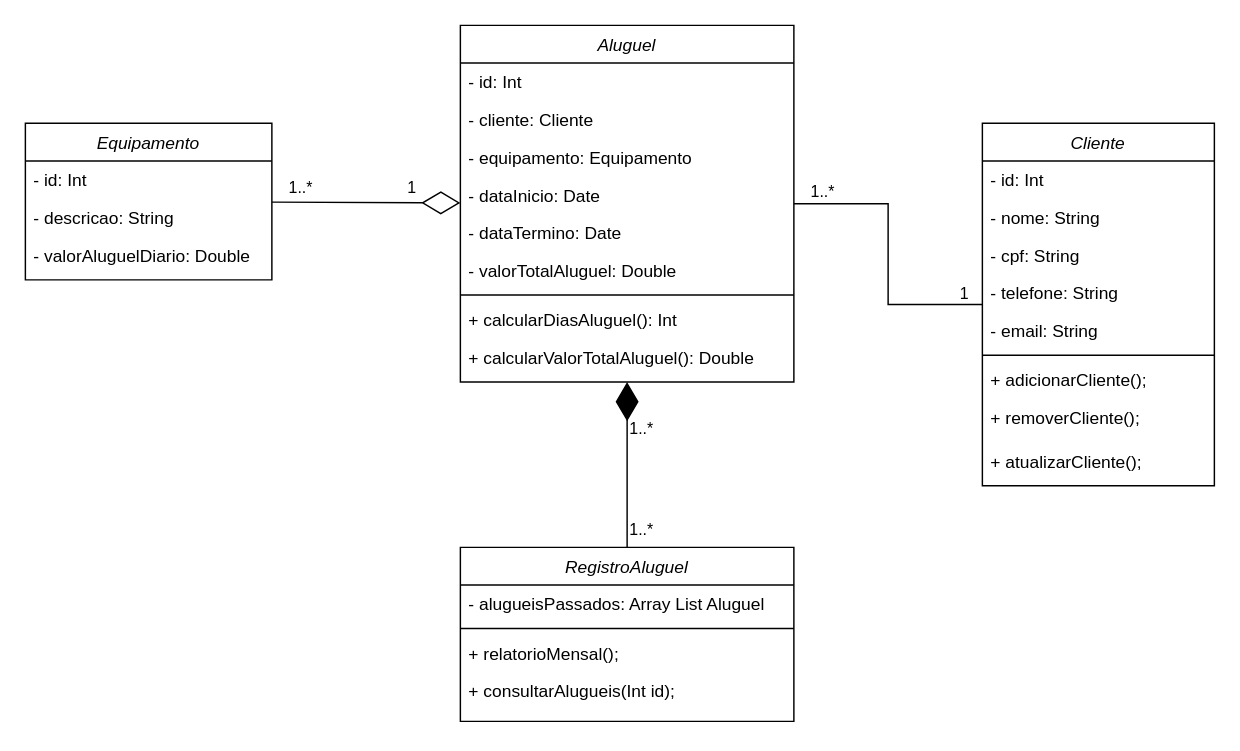
Earlier version of the draw.io diagram lab-prog-modular-projeto-1.drawio (daviferreiradev/diagrama-de-classes). Source tidied: cells renumbered, new cells numbered last; positions are measured from the earlier drawing's top-left corner, leaving out a move shared by most shapes. Both pictures are drawn from the tidied source at 145%, with x=0, y=0 at pixel (25, 25).
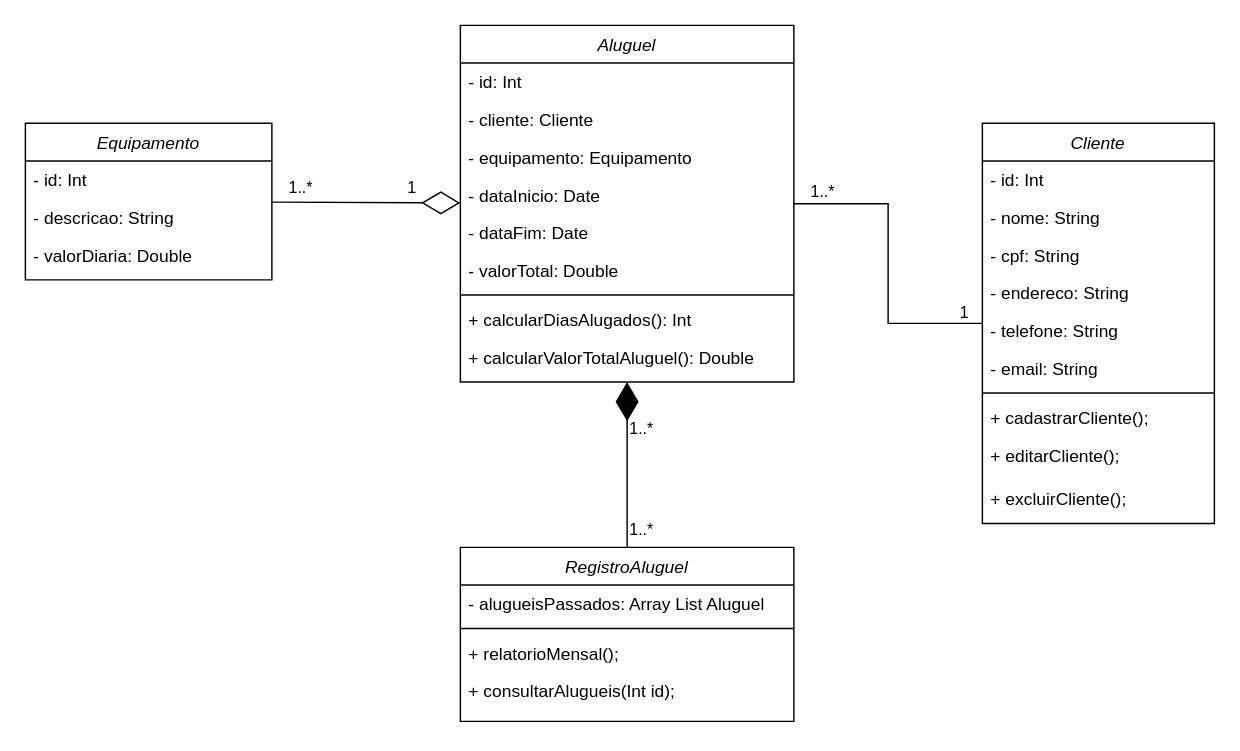
Above is the later version.

The change refers to these unchanged cells:
```xml
<mxCell id="2" value="Equipamento" style="swimlane;fontStyle=2;align=center;verticalAlign=top;horizontal=1;startSize=26;rounded=0;shadow=0;strokeWidth=1;" parent="1" vertex="1">
  <mxGeometry y="67.5" width="170" height="108" as="geometry" />
</mxCell>
<mxCell id="16" value="Aluguel" style="swimlane;fontStyle=2;align=center;verticalAlign=top;horizontal=1;startSize=26;rounded=0;shadow=0;strokeWidth=1;" parent="1" vertex="1">
  <mxGeometry x="300" width="230" height="246" as="geometry" />
</mxCell>
```

What changed in the source:
```diff
@@
-    <mxCell id="5" value="- valorAluguelDiario: Double" style="text;align=left;verticalAlign=top;spacingLeft=4;spacingRight=4;overflow=hidden;rounded=0;shadow=0;html=0;" parent="2" vertex="1">
+    <mxCell id="5" value="- valorDiaria: Double" style="text;align=left;verticalAlign=top;spacingLeft=4;spacingRight=4;overflow=hidden;rounded=0;shadow=0;html=0;" parent="2" vertex="1">
       <mxGeometry y="78" width="170" height="26" as="geometry" />
     </mxCell>
     <mxCell id="6" value="Cliente" style="swimlane;fontStyle=2;align=center;verticalAlign=top;horizontal=1;startSize=26;rounded=0;shadow=0;strokeWidth=1;" parent="1" vertex="1">
-      <mxGeometry x="660" y="67.5" width="160" height="250" as="geometry" />
+      <mxGeometry x="660" y="67.5" width="160" height="276" as="geometry" />
     </mxCell>
@@
+    <mxCell id="40" value="- endereco: String" style="text;align=left;verticalAlign=top;spacingLeft=4;spacingRight=4;overflow=hidden;rounded=0;shadow=0;html=0;" parent="6" vertex="1">
+      <mxGeometry y="104" width="160" height="26" as="geometry" />
+    </mxCell>
     <mxCell id="10" value="- telefone: String" style="text;align=left;verticalAlign=top;spacingLeft=4;spacingRight=4;overflow=hidden;rounded=0;shadow=0;html=0;" parent="6" vertex="1">
-      <mxGeometry y="104" width="160" height="26" as="geometry" />
+      <mxGeometry y="130" width="160" height="26" as="geometry" />
     </mxCell>
     <mxCell id="11" value="- email: String" style="text;align=left;verticalAlign=top;spacingLeft=4;spacingRight=4;overflow=hidden;rounded=0;shadow=0;html=0;" parent="6" vertex="1">
-      <mxGeometry y="130" width="160" height="26" as="geometry" />
+      <mxGeometry y="156" width="160" height="26" as="geometry" />
     </mxCell>
     <mxCell id="12" style="line;html=1;strokeWidth=1;align=left;verticalAlign=middle;spacingTop=-1;spacingLeft=3;spacingRight=3;labelPosition=right;" parent="6" vertex="1">
-      <mxGeometry y="156" width="160" height="8" as="geometry" />
+      <mxGeometry y="182" width="160" height="8" as="geometry" />
     </mxCell>
-    <mxCell id="13" value="+ adicionarCliente();" style="text;align=left;verticalAlign=top;spacingLeft=4;spacingRight=4;overflow=hidden;rounded=0;shadow=0;html=0;" parent="6" vertex="1">
-      <mxGeometry y="164" width="160" height="26" as="geometry" />
+    <mxCell id="13" value="+ cadastrarCliente();" style="text;align=left;verticalAlign=top;spacingLeft=4;spacingRight=4;overflow=hidden;rounded=0;shadow=0;html=0;" parent="6" vertex="1">
+      <mxGeometry y="190" width="160" height="26" as="geometry" />
     </mxCell>
+    <mxCell id="15" value="+ editarCliente();" style="text;align=left;verticalAlign=top;spacingLeft=4;spacingRight=4;overflow=hidden;rounded=0;shadow=0;html=0;" parent="6" vertex="1">
+      <mxGeometry y="216" width="160" height="30" as="geometry" />
+    </mxCell>
-    <mxCell id="14" value="+ removerCliente();" style="text;align=left;verticalAlign=top;spacingLeft=4;spacingRight=4;overflow=hidden;rounded=0;shadow=0;html=0;" parent="6" vertex="1">
-      <mxGeometry y="190" width="160" height="30" as="geometry" />
+    <mxCell id="14" value="+ excluirCliente();" style="text;align=left;verticalAlign=top;spacingLeft=4;spacingRight=4;overflow=hidden;rounded=0;shadow=0;html=0;" parent="6" vertex="1">
+      <mxGeometry y="246" width="160" height="30" as="geometry" />
     </mxCell>
-    <mxCell id="15" value="+ atualizarCliente();" style="text;align=left;verticalAlign=top;spacingLeft=4;spacingRight=4;overflow=hidden;rounded=0;shadow=0;html=0;" parent="6" vertex="1">
-      <mxGeometry y="220" width="160" height="30" as="geometry" />
-    </mxCell>
@@
-    <mxCell id="21" value="- dataTermino: Date" style="text;align=left;verticalAlign=top;spacingLeft=4;spacingRight=4;overflow=hidden;" parent="16" vertex="1">
+    <mxCell id="21" value="- dataFim: Date" style="text;align=left;verticalAlign=top;spacingLeft=4;spacingRight=4;overflow=hidden;" parent="16" vertex="1">
       <mxGeometry y="130" width="230" height="26" as="geometry" />
     </mxCell>
-    <mxCell id="22" value="- valorTotalAluguel: Double" style="text;align=left;verticalAlign=top;spacingLeft=4;spacingRight=4;overflow=hidden;rounded=0;shadow=0;html=0;" parent="16" vertex="1">
+    <mxCell id="22" value="- valorTotal: Double" style="text;align=left;verticalAlign=top;spacingLeft=4;spacingRight=4;overflow=hidden;rounded=0;shadow=0;html=0;" parent="16" vertex="1">
       <mxGeometry y="156" width="230" height="26" as="geometry" />
     </mxCell>
@@
-    <mxCell id="24" value="+ calcularDiasAluguel(): Int" style="text;align=left;verticalAlign=top;spacingLeft=4;spacingRight=4;overflow=hidden;rounded=0;shadow=0;html=0;" parent="16" vertex="1">
+    <mxCell id="24" value="+ calcularDiasAlugados(): Int" style="text;align=left;verticalAlign=top;spacingLeft=4;spacingRight=4;overflow=hidden;rounded=0;shadow=0;html=0;" parent="16" vertex="1">
       <mxGeometry y="190" width="230" height="26" as="geometry" />
     </mxCell>
```
